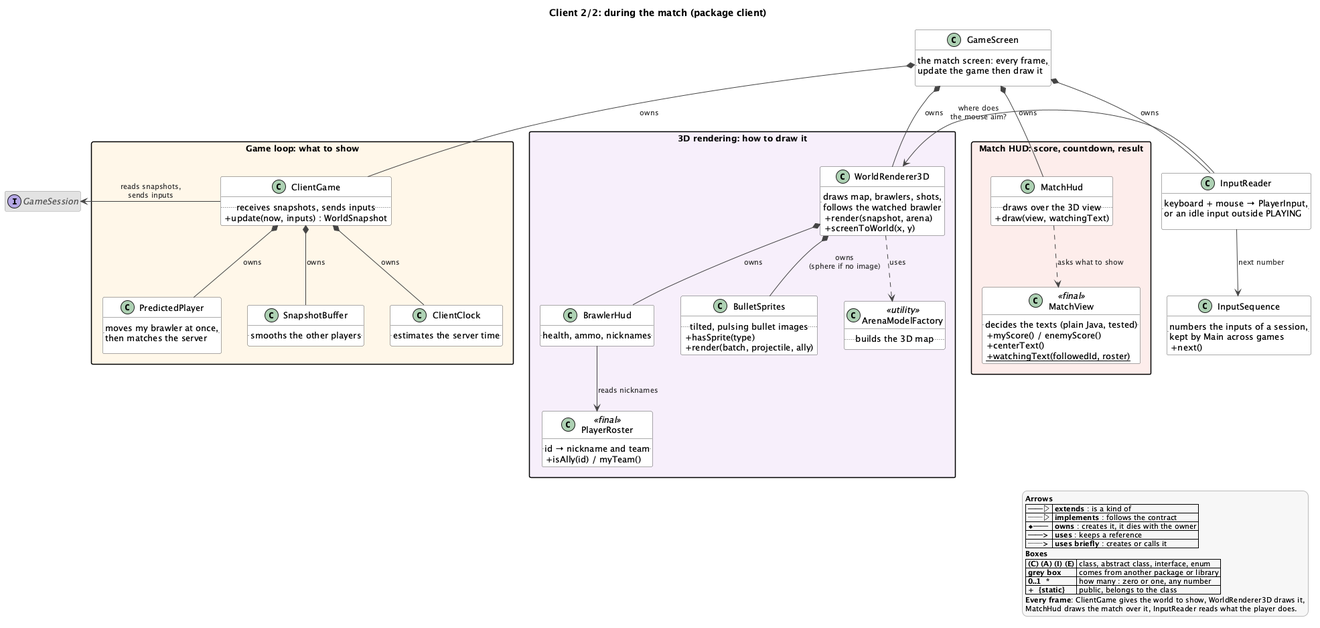
The PlantUML diagram docs/uml/client-game.png in louispouillet/2dgame, before a commit.
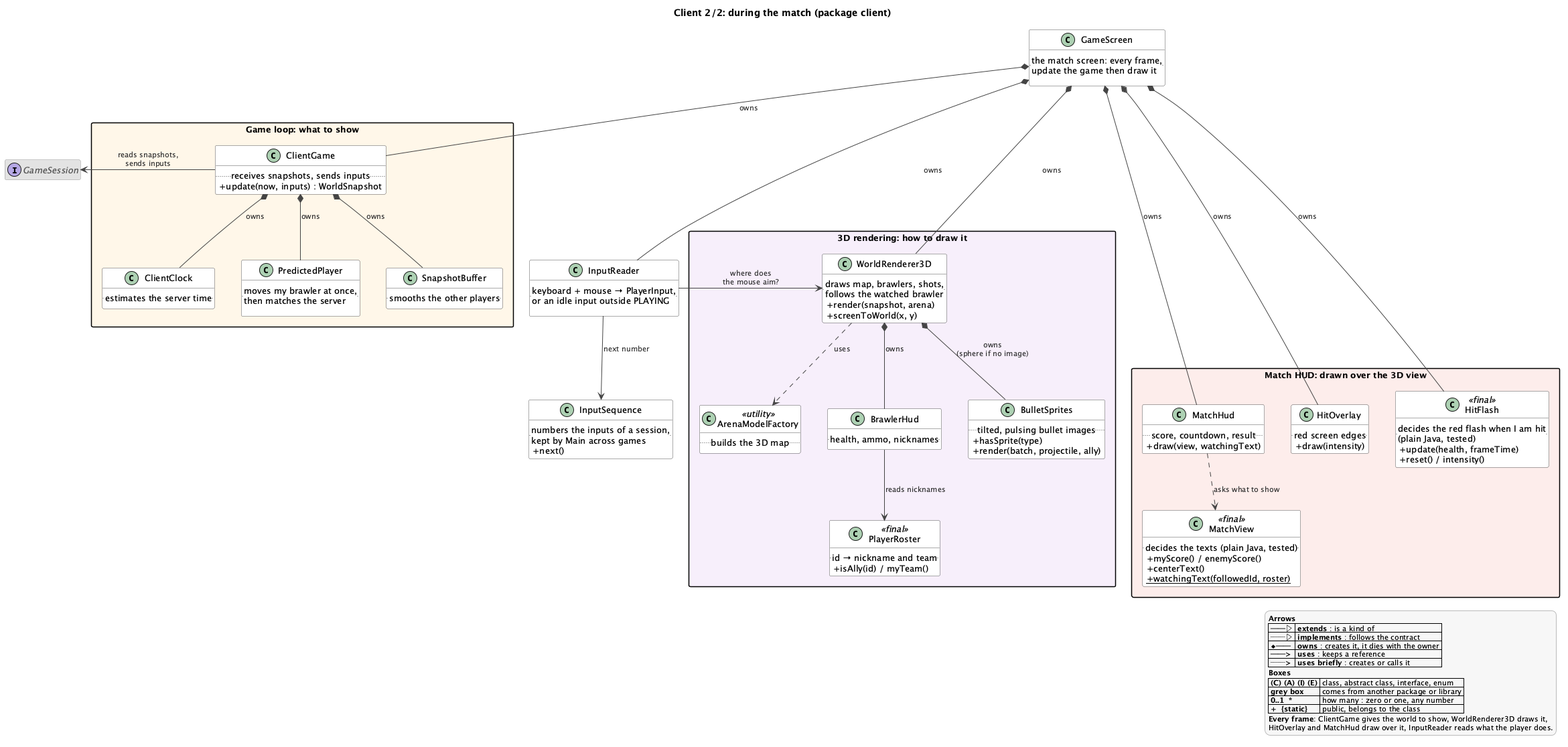
The same diagram one commit later.

Commit message:
feat(client): flash the screen edges red when I am hit

What changed in the source:
```diff
@@ -31,19 +31,6 @@
     + next()
 }
 
-package "Match HUD: score, countdown, result" #FDECEA {
-    class MatchHud {
-        .. draws over the 3D view ..
-        + draw(view, watchingText)
-    }
-    class MatchView <<final>> {
-        .. decides the texts (plain Java, tested) ..
-        + myScore() / enemyScore()
-        + centerText()
-        + {static} watchingText(followedId, roster)
-    }
-}
-
 package "3D rendering: how to draw it" #F6EEFB {
     class WorldRenderer3D {
         .. draws map, brawlers, shots,\nfollows the watched brawler ..
@@ -67,11 +54,36 @@
     }
 }
 
+package "Match HUD: drawn over the 3D view" #FDECEA {
+    class MatchHud {
+        .. score, countdown, result ..
+        + draw(view, watchingText)
+    }
+    class MatchView <<final>> {
+        .. decides the texts (plain Java, tested) ..
+        + myScore() / enemyScore()
+        + centerText()
+        + {static} watchingText(followedId, roster)
+    }
+    class HitOverlay {
+        .. red screen edges ..
+        + draw(intensity)
+    }
+    class HitFlash <<final>> {
+        .. decides the red flash when I am hit\n(plain Java, tested) ..
+        + update(health, frameTime)
+        + reset() / intensity()
+    }
+}
+
 interface GameSession <<external>>
 
 GameScreen *-down- ClientGame : owns
 GameScreen *-down- InputReader : owns
 GameScreen *-down- WorldRenderer3D : owns
+GameScreen *-down- MatchHud : owns
+GameScreen *-down- HitOverlay : owns
+GameScreen *-down- HitFlash : owns
 
 ClientGame -left-> GameSession : reads snapshots,\nsends inputs
 ClientGame *-down- PredictedPlayer : owns
@@ -79,14 +91,15 @@
 ClientGame *-down- ClientClock : owns
 
 InputReader -right-> WorldRenderer3D : where does\nthe mouse aim?
+ClientClock -[hidden]right- InputReader
+ArenaModelFactory -[hidden]right- MatchHud
 InputReader -down-> InputSequence : next number
 
 WorldRenderer3D *-down- BrawlerHud : owns
 WorldRenderer3D .down.> ArenaModelFactory : uses
 WorldRenderer3D *-down- BulletSprites : owns\n(sphere if no image)
 BrawlerHud -down-> PlayerRoster : reads nicknames
-GameScreen *-down- MatchHud : owns
 MatchHud ..> MatchView : asks what to show
 
-$legend("<b>Every frame</b>: ClientGame gives the world to show, WorldRenderer3D draws it,", "MatchHud draws the match over it, InputReader reads what the player does.")
+$legend("<b>Every frame</b>: ClientGame gives the world to show, WorldRenderer3D draws it,", "HitOverlay and MatchHud draw over it, InputReader reads what the player does.")
 @enduml
```
